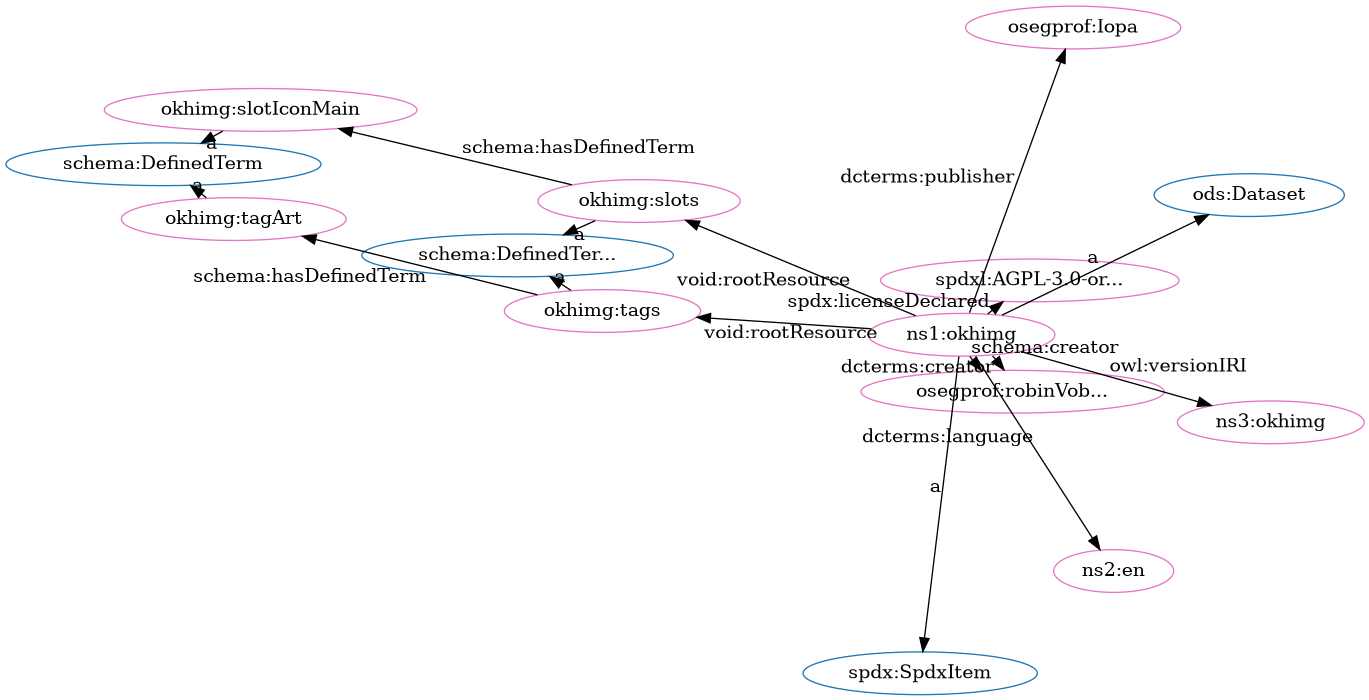
Above: src/spec/fdp_okh-img.png in iop-alliance/OpenKnowHow (Graphviz), before the change. Its source is kept beside it as src/spec/fdp_okh-img.dot. Source of this version:
```dot
digraph G {
  rankdir=BT
  node[height=.3]
"http://schema.org/DefinedTerm" [fillcolor="#1f77b4" color="#1f77b4" label="schema:DefinedTerm"]
"http://w3id.org/oseg/ont/ods#Dataset" [fillcolor="#1f77b4" color="#1f77b4" label="ods:Dataset"]
"http://spdx.org/rdf/terms#SpdxItem" [fillcolor="#1f77b4" color="#1f77b4" label="spdx:SpdxItem"]
"http://schema.org/DefinedTermSet" [fillcolor="#1f77b4" color="#1f77b4" label="schema:DefinedTer..."]
"http://w3id.org/oseg/ont/okhimg#slotIconMain" [fillcolor="#e377c2" color="#e377c2" label="okhimg:slotIconMain"]
"http://spdx.org/licenses/AGPL-3.0-or-later" [fillcolor="#e377c2" color="#e377c2" label="spdxl:AGPL-3.0-or..."]
"http://w3id.org/oseg/ont/okhimg#tagArt" [fillcolor="#e377c2" color="#e377c2" label="okhimg:tagArt"]
"http://w3id.org/oseg/ont/oseg-profiles#robinVobruba" [fillcolor="#e377c2" color="#e377c2" label="osegprof:robinVob..."]
"http://w3id.org/oseg/ont/okhimg#slots" [fillcolor="#e377c2" color="#e377c2" label="okhimg:slots"]
"http://w3id.org/oseg/ont/okhimg" [fillcolor="#e377c2" color="#e377c2" label="ns1:okhimg"]
"http://w3id.org/oseg/ont/okhimg#tags" [fillcolor="#e377c2" color="#e377c2" label="okhimg:tags"]
"http://id.loc.gov/vocabulary/iso639-1/en" [fillcolor="#e377c2" color="#e377c2" label="ns2:en"]
"http://w3id.org/oseg/ont/0.1.0/okhimg" [fillcolor="#e377c2" color="#e377c2" label="ns3:okhimg"]
"http://w3id.org/oseg/ont/oseg-profiles#Iopa" [fillcolor="#e377c2" color="#e377c2" label="osegprof:Iopa"]
  "http://w3id.org/oseg/ont/okhimg#slotIconMain" -> "http://schema.org/DefinedTerm" [label="a"]
  "http://w3id.org/oseg/ont/okhimg" -> "http://spdx.org/licenses/AGPL-3.0-or-later" [label="spdx:licenseDeclared"]
  "http://w3id.org/oseg/ont/okhimg#tagArt" -> "http://schema.org/DefinedTerm" [label="a"]
  "http://w3id.org/oseg/ont/okhimg" -> "http://w3id.org/oseg/ont/oseg-profiles#robinVobruba" [label="dcterms:creator"]
  "http://w3id.org/oseg/ont/okhimg" -> "http://w3id.org/oseg/ont/okhimg#slots" [label="void:rootResource"]
  "http://w3id.org/oseg/ont/okhimg" -> "http://spdx.org/rdf/terms#SpdxItem" [label="a"]
  "http://w3id.org/oseg/ont/okhimg" -> "http://w3id.org/oseg/ont/oseg-profiles#robinVobruba" [label="schema:creator"]
  "http://w3id.org/oseg/ont/okhimg" -> "http://w3id.org/oseg/ont/okhimg#tags" [label="void:rootResource"]
  "http://w3id.org/oseg/ont/okhimg" -> "http://id.loc.gov/vocabulary/iso639-1/en" [label="dcterms:language"]
  "http://w3id.org/oseg/ont/okhimg#tags" -> "http://w3id.org/oseg/ont/okhimg#tagArt" [label="schema:hasDefinedTerm"]
  "http://w3id.org/oseg/ont/okhimg#slots" -> "http://w3id.org/oseg/ont/okhimg#slotIconMain" [label="schema:hasDefinedTerm"]
  "http://w3id.org/oseg/ont/okhimg#slots" -> "http://schema.org/DefinedTermSet" [label="a"]
  "http://w3id.org/oseg/ont/okhimg" -> "http://w3id.org/oseg/ont/ods#Dataset" [label="a"]
  "http://w3id.org/oseg/ont/okhimg" -> "http://w3id.org/oseg/ont/oseg-profiles#Iopa" [label="dcterms:publisher"]
  "http://w3id.org/oseg/ont/okhimg#tags" -> "http://schema.org/DefinedTermSet" [label="a"]
  "http://w3id.org/oseg/ont/okhimg" -> "http://w3id.org/oseg/ont/0.1.0/okhimg" [label="owl:versionIRI"]
}
```
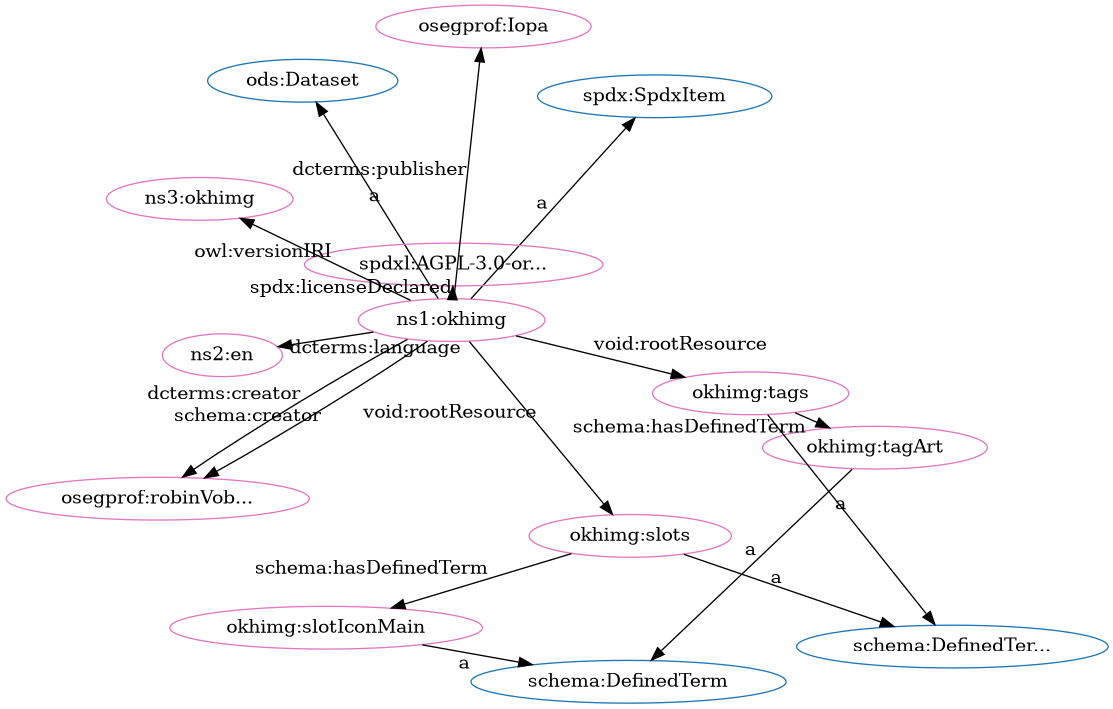
The same diagram one commit later.

Change to the diagram source:
```diff
@@ -3,32 +3,32 @@
   node[height=.3]
 "http://schema.org/DefinedTerm" [fillcolor="#1f77b4" color="#1f77b4" label="schema:DefinedTerm"]
 "http://w3id.org/oseg/ont/ods#Dataset" [fillcolor="#1f77b4" color="#1f77b4" label="ods:Dataset"]
+"http://schema.org/DefinedTermSet" [fillcolor="#1f77b4" color="#1f77b4" label="schema:DefinedTer..."]
 "http://spdx.org/rdf/terms#SpdxItem" [fillcolor="#1f77b4" color="#1f77b4" label="spdx:SpdxItem"]
-"http://schema.org/DefinedTermSet" [fillcolor="#1f77b4" color="#1f77b4" label="schema:DefinedTer..."]
-"http://w3id.org/oseg/ont/okhimg#slotIconMain" [fillcolor="#e377c2" color="#e377c2" label="okhimg:slotIconMain"]
+"http://w3id.org/oseg/ont/okhimg" [fillcolor="#e377c2" color="#e377c2" label="ns1:okhimg"]
 "http://spdx.org/licenses/AGPL-3.0-or-later" [fillcolor="#e377c2" color="#e377c2" label="spdxl:AGPL-3.0-or..."]
+"http://id.loc.gov/vocabulary/iso639-1/en" [fillcolor="#e377c2" color="#e377c2" label="ns2:en"]
 "http://w3id.org/oseg/ont/okhimg#tagArt" [fillcolor="#e377c2" color="#e377c2" label="okhimg:tagArt"]
 "http://w3id.org/oseg/ont/oseg-profiles#robinVobruba" [fillcolor="#e377c2" color="#e377c2" label="osegprof:robinVob..."]
+"http://w3id.org/oseg/ont/oseg-profiles#Iopa" [fillcolor="#e377c2" color="#e377c2" label="osegprof:Iopa"]
+"http://w3id.org/oseg/ont/okhimg#slotIconMain" [fillcolor="#e377c2" color="#e377c2" label="okhimg:slotIconMain"]
 "http://w3id.org/oseg/ont/okhimg#slots" [fillcolor="#e377c2" color="#e377c2" label="okhimg:slots"]
-"http://w3id.org/oseg/ont/okhimg" [fillcolor="#e377c2" color="#e377c2" label="ns1:okhimg"]
 "http://w3id.org/oseg/ont/okhimg#tags" [fillcolor="#e377c2" color="#e377c2" label="okhimg:tags"]
-"http://id.loc.gov/vocabulary/iso639-1/en" [fillcolor="#e377c2" color="#e377c2" label="ns2:en"]
 "http://w3id.org/oseg/ont/0.1.0/okhimg" [fillcolor="#e377c2" color="#e377c2" label="ns3:okhimg"]
-"http://w3id.org/oseg/ont/oseg-profiles#Iopa" [fillcolor="#e377c2" color="#e377c2" label="osegprof:Iopa"]
+  "http://w3id.org/oseg/ont/okhimg" -> "http://w3id.org/oseg/ont/ods#Dataset" [label="a"]
+  "http://w3id.org/oseg/ont/okhimg" -> "http://spdx.org/licenses/AGPL-3.0-or-later" [label="spdx:licenseDeclared"]
+  "http://w3id.org/oseg/ont/okhimg" -> "http://id.loc.gov/vocabulary/iso639-1/en" [label="dcterms:language"]
+  "http://w3id.org/oseg/ont/okhimg" -> "http://spdx.org/rdf/terms#SpdxItem" [label="a"]
+  "http://w3id.org/oseg/ont/okhimg#tagArt" -> "http://schema.org/DefinedTerm" [label="a"]
+  "http://w3id.org/oseg/ont/okhimg" -> "http://w3id.org/oseg/ont/oseg-profiles#robinVobruba" [label="schema:creator"]
+  "http://w3id.org/oseg/ont/okhimg#tags" -> "http://w3id.org/oseg/ont/okhimg#tagArt" [label="schema:hasDefinedTerm"]
+  "http://w3id.org/oseg/ont/okhimg" -> "http://w3id.org/oseg/ont/oseg-profiles#Iopa" [label="dcterms:publisher"]
+  "http://w3id.org/oseg/ont/okhimg#slots" -> "http://w3id.org/oseg/ont/okhimg#slotIconMain" [label="schema:hasDefinedTerm"]
+  "http://w3id.org/oseg/ont/okhimg#slots" -> "http://schema.org/DefinedTermSet" [label="a"]
+  "http://w3id.org/oseg/ont/okhimg" -> "http://w3id.org/oseg/ont/okhimg#tags" [label="void:rootResource"]
+  "http://w3id.org/oseg/ont/okhimg#tags" -> "http://schema.org/DefinedTermSet" [label="a"]
   "http://w3id.org/oseg/ont/okhimg#slotIconMain" -> "http://schema.org/DefinedTerm" [label="a"]
-  "http://w3id.org/oseg/ont/okhimg" -> "http://spdx.org/licenses/AGPL-3.0-or-later" [label="spdx:licenseDeclared"]
-  "http://w3id.org/oseg/ont/okhimg#tagArt" -> "http://schema.org/DefinedTerm" [label="a"]
+  "http://w3id.org/oseg/ont/okhimg" -> "http://w3id.org/oseg/ont/0.1.0/okhimg" [label="owl:versionIRI"]
   "http://w3id.org/oseg/ont/okhimg" -> "http://w3id.org/oseg/ont/oseg-profiles#robinVobruba" [label="dcterms:creator"]
   "http://w3id.org/oseg/ont/okhimg" -> "http://w3id.org/oseg/ont/okhimg#slots" [label="void:rootResource"]
-  "http://w3id.org/oseg/ont/okhimg" -> "http://spdx.org/rdf/terms#SpdxItem" [label="a"]
-  "http://w3id.org/oseg/ont/okhimg" -> "http://w3id.org/oseg/ont/oseg-profiles#robinVobruba" [label="schema:creator"]
-  "http://w3id.org/oseg/ont/okhimg" -> "http://w3id.org/oseg/ont/okhimg#tags" [label="void:rootResource"]
-  "http://w3id.org/oseg/ont/okhimg" -> "http://id.loc.gov/vocabulary/iso639-1/en" [label="dcterms:language"]
-  "http://w3id.org/oseg/ont/okhimg#tags" -> "http://w3id.org/oseg/ont/okhimg#tagArt" [label="schema:hasDefinedTerm"]
-  "http://w3id.org/oseg/ont/okhimg#slots" -> "http://w3id.org/oseg/ont/okhimg#slotIconMain" [label="schema:hasDefinedTerm"]
-  "http://w3id.org/oseg/ont/okhimg#slots" -> "http://schema.org/DefinedTermSet" [label="a"]
-  "http://w3id.org/oseg/ont/okhimg" -> "http://w3id.org/oseg/ont/ods#Dataset" [label="a"]
-  "http://w3id.org/oseg/ont/okhimg" -> "http://w3id.org/oseg/ont/oseg-profiles#Iopa" [label="dcterms:publisher"]
-  "http://w3id.org/oseg/ont/okhimg#tags" -> "http://schema.org/DefinedTermSet" [label="a"]
-  "http://w3id.org/oseg/ont/okhimg" -> "http://w3id.org/oseg/ont/0.1.0/okhimg" [label="owl:versionIRI"]
 }
```
